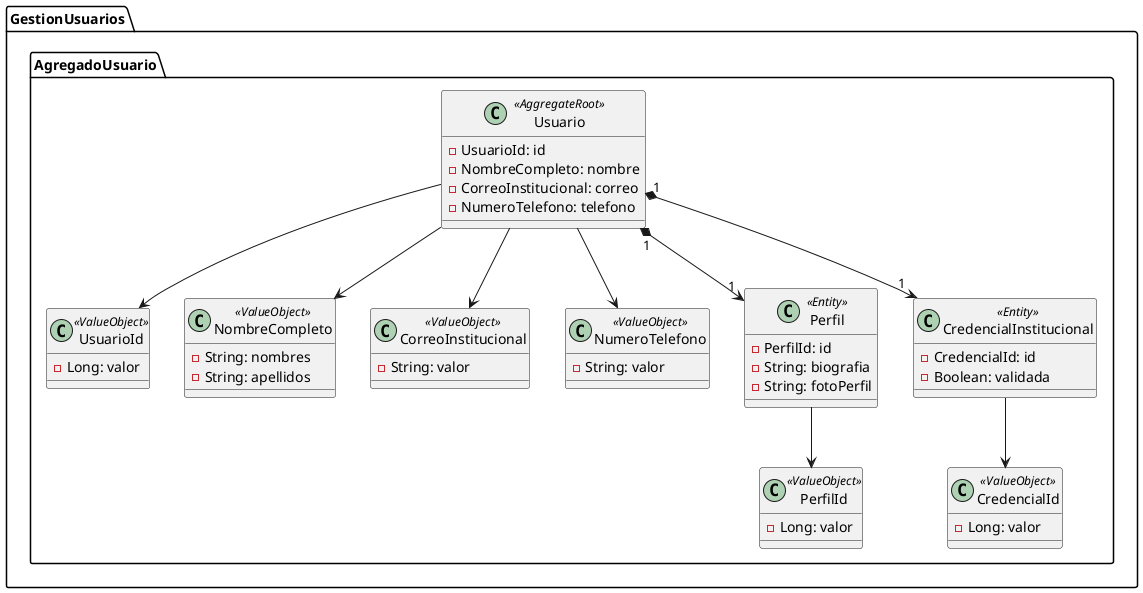
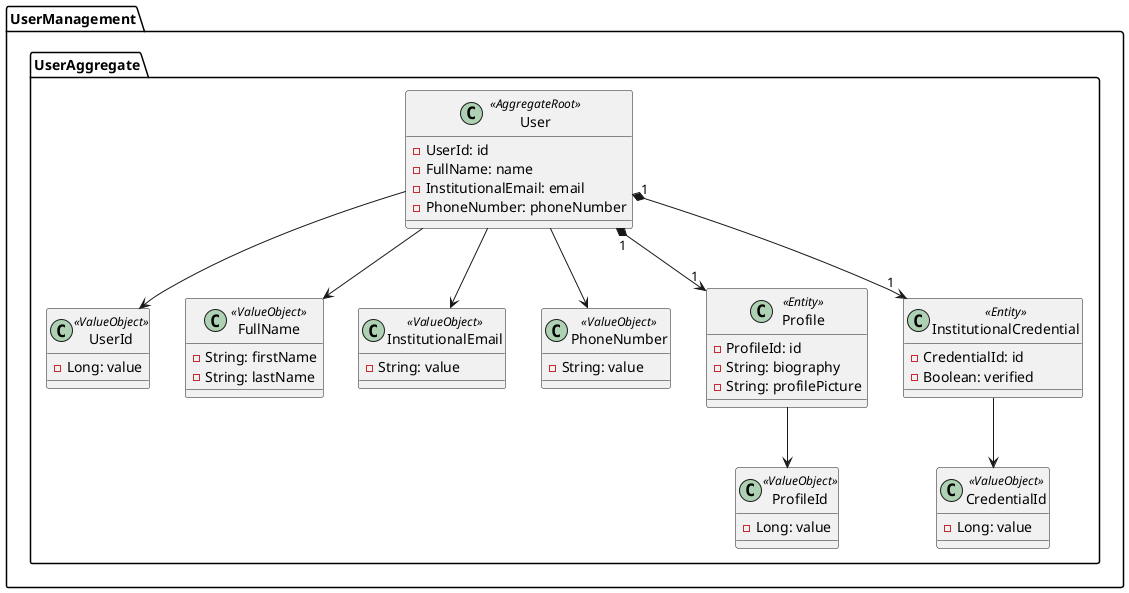
@startuml ""

- package GestionUsuarios {
+ package UserManagement {

-     package AgregadoUsuario {
+     package UserAggregate {

-         class Usuario <<AggregateRoot>> {
-             - UsuarioId: id
-             - NombreCompleto: nombre
-             - CorreoInstitucional: correo
-             - NumeroTelefono: telefono
+         class User <<AggregateRoot>> {
+             - UserId: id
+             - FullName: name
+             - InstitutionalEmail: email
+             - PhoneNumber: phoneNumber
        }

-         class UsuarioId <<ValueObject>> {
-             - Long: valor
+         class UserId <<ValueObject>> {
+             - Long: value
        }

-         class NombreCompleto <<ValueObject>> {
-             - String: nombres
-             - String: apellidos
+         class FullName <<ValueObject>> {
+             - String: firstName
+             - String: lastName
        }

-         class CorreoInstitucional <<ValueObject>> {
-             - String: valor
+         class InstitutionalEmail <<ValueObject>> {
+             - String: value
        }

-         class NumeroTelefono <<ValueObject>> {
-             - String: valor
+         class PhoneNumber <<ValueObject>> {
+             - String: value
        }

-         class Perfil <<Entity>> {
-             - PerfilId: id
-             - String: biografia
-             - String: fotoPerfil
+         class Profile <<Entity>> {
+             - ProfileId: id
+             - String: biography
+             - String: profilePicture
        }

-         class PerfilId <<ValueObject>> {
-             - Long: valor
+         class ProfileId <<ValueObject>> {
+             - Long: value
        }

-         class CredencialInstitucional <<Entity>> {
-             - CredencialId: id
-             - Boolean: validada
+         class InstitutionalCredential <<Entity>> {
+             - CredentialId: id
+             - Boolean: verified
        }

-         class CredencialId <<ValueObject>> {
-             - Long: valor
+         class CredentialId <<ValueObject>> {
+             - Long: value
        }
    }
}

- Usuario --> UsuarioId
- Usuario --> NombreCompleto
- Usuario --> CorreoInstitucional
- Usuario --> NumeroTelefono
+ User --> UserId
+ User --> FullName
+ User --> InstitutionalEmail
+ User --> PhoneNumber

- Usuario "1" *--> "1" Perfil
- Usuario "1" *--> "1" CredencialInstitucional
+ User "1" *--> "1" Profile
+ User "1" *--> "1" InstitutionalCredential

- Perfil --> PerfilId
- CredencialInstitucional --> CredencialId
+ Profile --> ProfileId
+ InstitutionalCredential --> CredentialId

@enduml